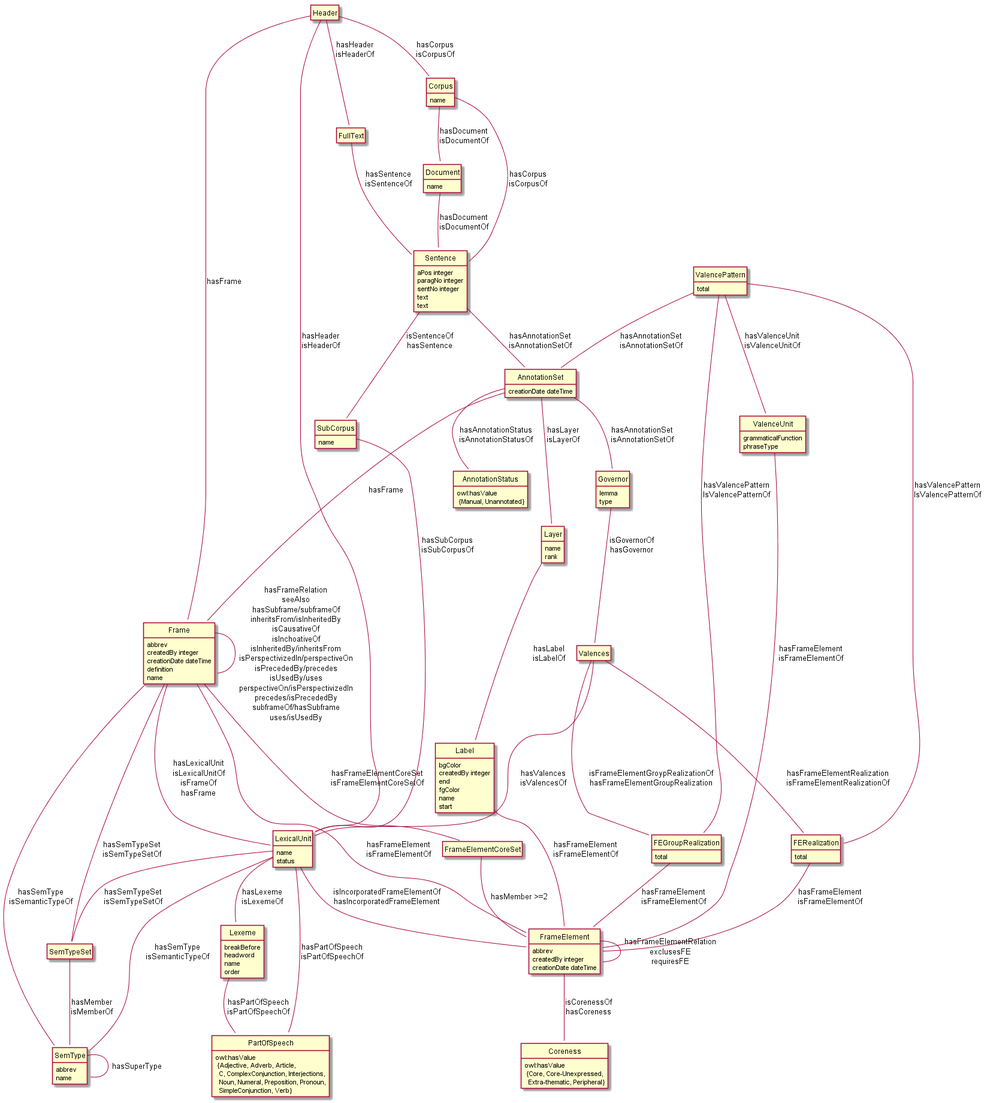
Earlier version of the PlantUML export Multisensor/FrameNet/img/framenet.png (gerardbdn/VladimirAlexiev.github.io).
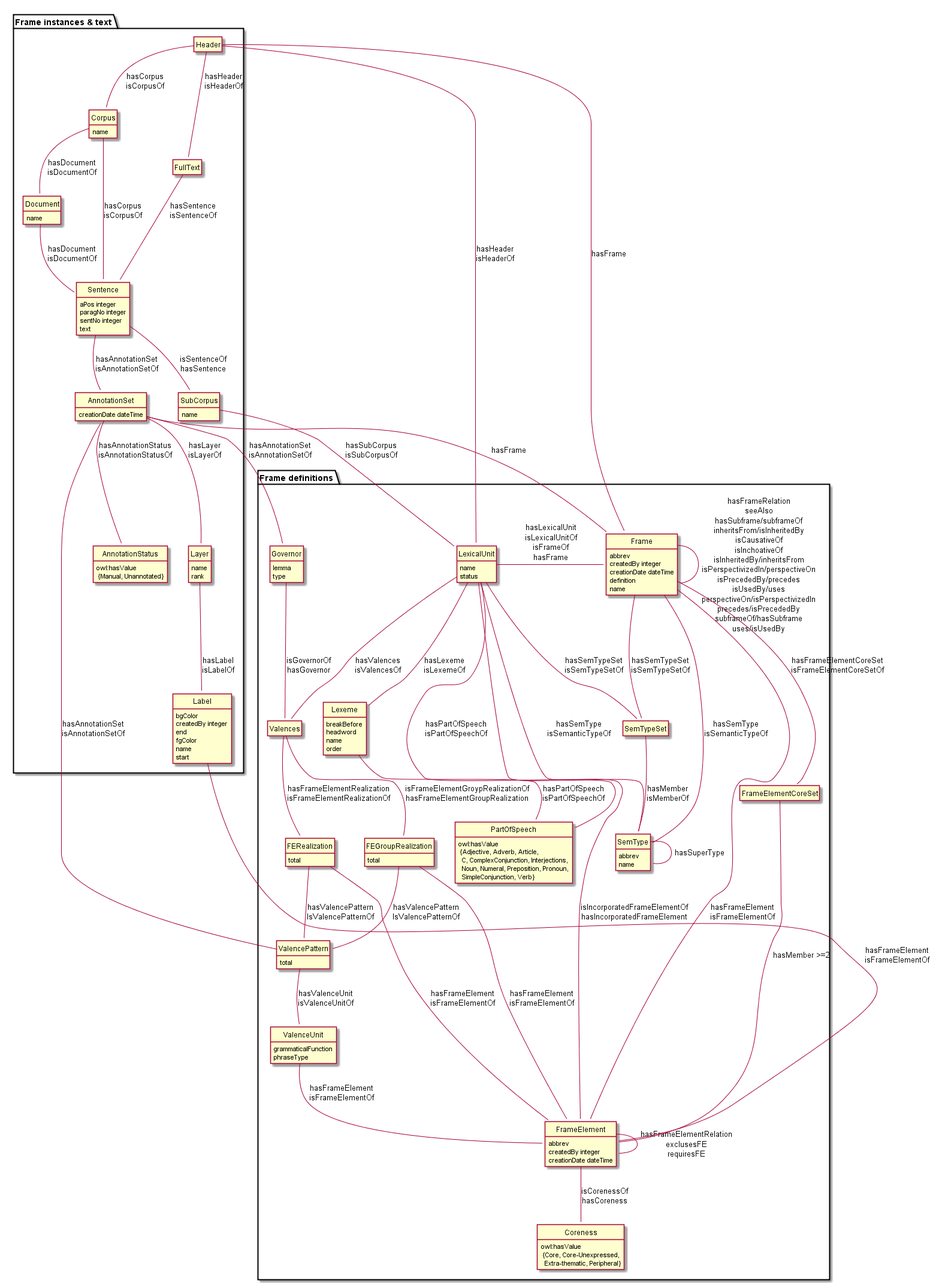
Later version of the same file.

Commit message:
framenet-nolabel

Diff of the diagram source:
```diff
@@ -6,51 +6,81 @@
 hide empty methods
 hide circle
 
-"Header"             - Corpus               : hasCorpus\nisCorpusOf
-"Header"             - Frame                : hasFrame
-"Header"             - FullText             : hasHeader\nisHeaderOf
-"Header"             - LexicalUnit          : hasHeader\nisHeaderOf
-AnnotationSet        - AnnotationStatus     : hasAnnotationStatus\nisAnnotationStatusOf
-AnnotationSet        - Frame                : hasFrame
-AnnotationSet        - Governor             : hasAnnotationSet\nisAnnotationSetOf
-AnnotationSet        - Layer                : hasLayer\nisLayerOf
-Corpus               - Document             : hasDocument\nisDocumentOf
-Corpus               - Sentence             : hasCorpus\nisCorpusOf
-Document             - Sentence             : hasDocument\nisDocumentOf
-FEGroupRealization   - FrameElement         : hasFrameElement\nisFrameElementOf
-FERealization        - FrameElement         : hasFrameElement\nisFrameElementOf
-Frame                - Frame                : hasFrameRelation\nseeAlso\nhasSubframe/subframeOf\ninheritsFrom/isInheritedBy\nisCausativeOf\nisInchoativeOf\nisInheritedBy/inheritsFrom\nisPerspectivizedIn/perspectiveOn\nisPrecededBy/precedes\nisUsedBy/uses\nperspectiveOn/isPerspectivizedIn\nprecedes/isPrecededBy\nsubframeOf/hasSubframe\nuses/isUsedBy
-Frame                - FrameElement         : hasFrameElement\nisFrameElementOf
-Frame                - FrameElementCoreSet  : hasFrameElementCoreSet\nisFrameElementCoreSetOf
-Frame                - LexicalUnit          : hasLexicalUnit\nisLexicalUnitOf\nisFrameOf\nhasFrame
-Frame                - SemType              : hasSemType\nisSemanticTypeOf
-Frame                - SemTypeSet           : hasSemTypeSet\nisSemTypeSetOf
-FrameElement         - Coreness             : isCorenessOf\nhasCoreness
-FrameElement         - FrameElement         : hasFrameElementRelation\nexclusesFE\nrequiresFE
-FrameElementCoreSet  - FrameElement         : hasMember >=2
-FullText             - Sentence             : hasSentence\nisSentenceOf
-Governor             - Valences             : isGovernorOf\nhasGovernor
-Label                - FrameElement         : hasFrameElement\nisFrameElementOf
-Layer                - Label                : hasLabel\nisLabelOf
-Lexeme               - PartOfSpeech         : hasPartOfSpeech\nisPartOfSpeechOf
-LexicalUnit          - FrameElement         : isIncorporatedFrameElementOf\nhasIncorporatedFrameElement
-LexicalUnit          - Lexeme               : hasLexeme\nisLexemeOf
-LexicalUnit          - PartOfSpeech         : hasPartOfSpeech\nisPartOfSpeechOf
-LexicalUnit          - SemType              : hasSemType\nisSemanticTypeOf
-LexicalUnit          - SemTypeSet           : hasSemTypeSet\nisSemTypeSetOf
-SubCorpus            - LexicalUnit          : hasSubCorpus\nisSubCorpusOf
-Valences             - LexicalUnit          : hasValences\nisValencesOf
-SemType              - SemType              : hasSuperType
-SemTypeSet           - SemType              : hasMember\nisMemberOf
-Sentence             - AnnotationSet        : hasAnnotationSet\nisAnnotationSetOf
-Sentence             - SubCorpus            : isSentenceOf\nhasSentence
-ValencePattern       - AnnotationSet        : hasAnnotationSet\nisAnnotationSetOf
-ValencePattern       - FEGroupRealization   : hasValencePattern\nIsValencePatternOf
-ValencePattern       - FERealization        : hasValencePattern\nIsValencePatternOf
-ValencePattern       - ValenceUnit          : hasValenceUnit\nisValenceUnitOf
-Valences             - FEGroupRealization   : isFrameElementGroypRealizationOf\nhasFrameElementGroupRealization
-Valences             - FERealization        : hasFrameElementRealization\nisFrameElementRealizationOf
-ValenceUnit          - FrameElement         : hasFrameElement\nisFrameElementOf
+package "Frame instances & text" {
+  class "Header"
+  class AnnotationSet
+  class AnnotationStatus
+  class Corpus
+  class Document
+  class FullText
+  class Label
+  class Layer
+  class Sentence
+  class SubCorpus
+}
+package "Frame definitions" {
+  class Coreness
+  class Governor
+  class FEGroupRealization
+  class FERealization
+  class Frame
+  class FrameElement
+  class FrameElementCoreSet
+  class Lexeme
+  class LexicalUnit
+  class PartOfSpeech
+  class SemType
+  class SemTypeSet
+  class ValencePattern
+  class Valences
+  class ValenceUnit
+}
+
+"Header"             -down- Corpus               : hasCorpus\nisCorpusOf
+"Header"             -down- Frame                : hasFrame
+"Header"             -down- FullText             : hasHeader\nisHeaderOf
+"Header"             -down- LexicalUnit          : hasHeader\nisHeaderOf
+AnnotationSet        -down- AnnotationStatus     : hasAnnotationStatus\nisAnnotationStatusOf
+AnnotationSet        -down- Frame                : hasFrame
+AnnotationSet        -down- Governor             : hasAnnotationSet\nisAnnotationSetOf
+AnnotationSet        -down- Layer                : hasLayer\nisLayerOf
+Corpus               -down- Document             : hasDocument\nisDocumentOf
+Corpus               -down- Sentence             : hasCorpus\nisCorpusOf
+Document             -down- Sentence             : hasDocument\nisDocumentOf
+FEGroupRealization   -down- FrameElement         : hasFrameElement\nisFrameElementOf
+FERealization        -down- FrameElement         : hasFrameElement\nisFrameElementOf
+Frame                -down- Frame                : hasFrameRelation\nseeAlso\nhasSubframe/subframeOf\ninheritsFrom/isInheritedBy\nisCausativeOf\nisInchoativeOf\nisInheritedBy/inheritsFrom\nisPerspectivizedIn/perspectiveOn\nisPrecededBy/precedes\nisUsedBy/uses\nperspectiveOn/isPerspectivizedIn\nprecedes/isPrecededBy\nsubframeOf/hasSubframe\nuses/isUsedBy
+Frame                -down- FrameElement         : hasFrameElement\nisFrameElementOf
+Frame                -down- FrameElementCoreSet  : hasFrameElementCoreSet\nisFrameElementCoreSetOf
+Frame                -left- LexicalUnit          : hasLexicalUnit\nisLexicalUnitOf\nisFrameOf\nhasFrame
+Frame                -down- SemType              : hasSemType\nisSemanticTypeOf
+Frame                -down- SemTypeSet           : hasSemTypeSet\nisSemTypeSetOf
+FrameElement         -down- Coreness             : isCorenessOf\nhasCoreness
+FrameElement         -down- FrameElement         : hasFrameElementRelation\nexclusesFE\nrequiresFE
+FrameElementCoreSet  -down- FrameElement         : hasMember >=2
+FullText             -down- Sentence             : hasSentence\nisSentenceOf
+Governor             -down- Valences             : isGovernorOf\nhasGovernor
+Label                -down- FrameElement         : hasFrameElement\nisFrameElementOf
+Layer                -down- Label                : hasLabel\nisLabelOf
+Lexeme               -down- PartOfSpeech         : hasPartOfSpeech\nisPartOfSpeechOf
+LexicalUnit          -down- FrameElement         : isIncorporatedFrameElementOf\nhasIncorporatedFrameElement
+LexicalUnit          -down- Lexeme               : hasLexeme\nisLexemeOf
+LexicalUnit          -down- PartOfSpeech         : hasPartOfSpeech\nisPartOfSpeechOf
+LexicalUnit          -down- SemType              : hasSemType\nisSemanticTypeOf
+LexicalUnit          -down- SemTypeSet           : hasSemTypeSet\nisSemTypeSetOf
+SubCorpus            -down- LexicalUnit          : hasSubCorpus\nisSubCorpusOf
+Valences             -up-   LexicalUnit          : hasValences\nisValencesOf
+SemType              -down- SemType              : hasSuperType
+SemTypeSet           -down- SemType              : hasMember\nisMemberOf
+Sentence             -down- AnnotationSet        : hasAnnotationSet\nisAnnotationSetOf
+Sentence             -down- SubCorpus            : isSentenceOf\nhasSentence
+ValencePattern       -down- AnnotationSet        : hasAnnotationSet\nisAnnotationSetOf
+ValencePattern       -up-   FEGroupRealization   : hasValencePattern\nIsValencePatternOf
+ValencePattern       -up-   FERealization        : hasValencePattern\nIsValencePatternOf
+ValencePattern       -down- ValenceUnit          : hasValenceUnit\nisValenceUnitOf
+Valences             -down- FEGroupRealization   : isFrameElementGroypRealizationOf\nhasFrameElementGroupRealization
+Valences             -down- FERealization        : hasFrameElementRealization\nisFrameElementRealizationOf
+ValenceUnit          -down- FrameElement         : hasFrameElement\nisFrameElementOf
 
 AnnotationSet       : creationDate dateTime
 AnnotationStatus    : owl:hasValue\l {Manual, Unannotated}
@@ -90,7 +120,6 @@
 Sentence            : paragNo integer
 Sentence            : sentNo integer
 Sentence            : text
-Sentence            : text
 SubCorpus           : name
 ValencePattern      : total
 ValenceUnit         : grammaticalFunction
```
